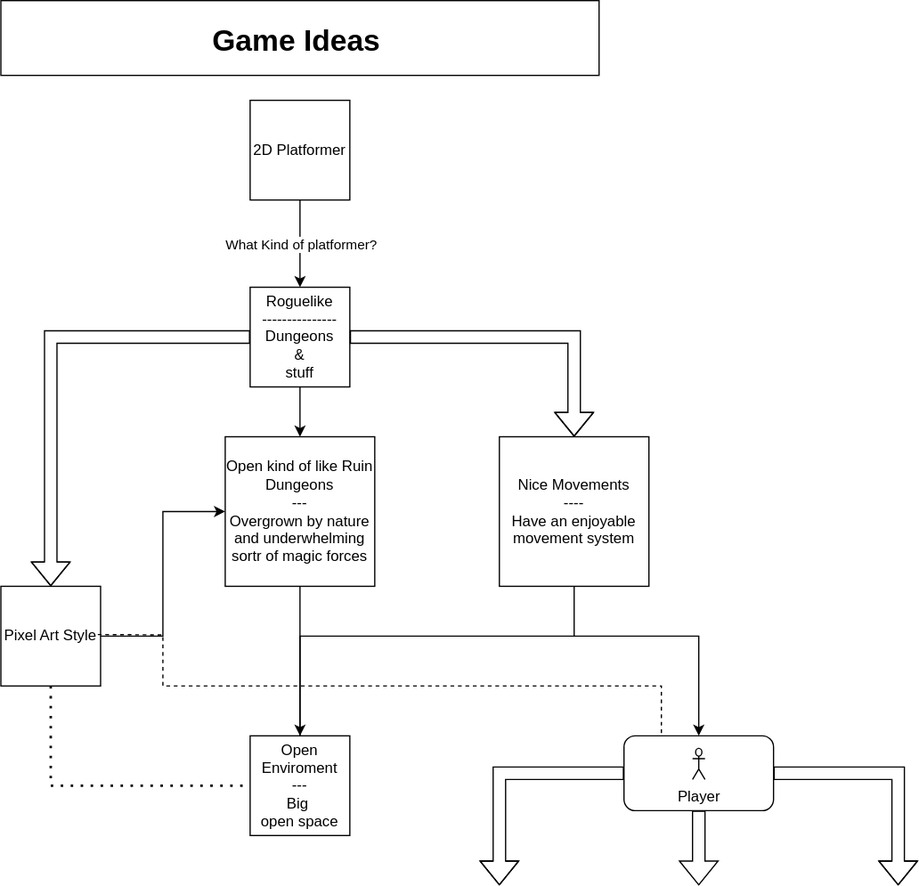
Before: Plans/2DGamePlanning.drawio.svg, a diagram exported from draw.io (UnknownRedFoxDev/2D-Game). Source tidied: cells renumbered, new cells last; positions are measured from the earlier drawing's top-left corner, leaving out a move shared by most shapes. Its diagram source:
```xml
<mxGraphModel>
  <root>
    <mxCell id="0" />
    <mxCell id="1" parent="0" />
    <mxCell id="2" value="2D Platformer" style="whiteSpace=wrap;html=1;" parent="1" vertex="1">
      <mxGeometry x="200" y="80" width="80" height="80" as="geometry" />
    </mxCell>
    <mxCell id="3" style="group;" parent="1" vertex="1">
      <mxGeometry width="480" height="60" as="geometry" />
    </mxCell>
    <mxCell id="4" style="rounded=0;whiteSpace=wrap;html=1;" parent="3" vertex="1">
      <mxGeometry width="480" height="60" as="geometry" />
    </mxCell>
    <mxCell id="5" value="&lt;h1&gt;Game Ideas&lt;/h1&gt;" style="text;html=1;strokeColor=none;fillColor=none;spacing=5;spacingTop=-20;whiteSpace=wrap;overflow=hidden;rounded=0;" parent="3" vertex="1">
      <mxGeometry x="165" y="12.5" width="150" height="35" as="geometry" />
    </mxCell>
    <mxCell id="6" value="Roguelike &lt;br&gt;---------------&lt;br&gt;Dungeons&lt;br&gt;&amp;amp;&lt;br&gt;stuff" style="whiteSpace=wrap;html=1;" parent="1" vertex="1">
      <mxGeometry x="200" y="230" width="80" height="80" as="geometry" />
    </mxCell>
    <mxCell id="7" style="shape=flexArrow;endArrow=classic;html=1;rounded=0;exitX=1;exitY=0.5;exitDx=0;exitDy=0;" parent="1" edge="1" source="6" target="9">
      <mxGeometry relative="1" as="geometry">
        <Array as="points">
          <mxPoint x="460" y="270" />
          <mxPoint x="460" y="300" />
        </Array>
      </mxGeometry>
    </mxCell>
    <mxCell id="8" style="edgeStyle=orthogonalEdgeStyle;rounded=0;jettySize=auto;html=1;" parent="1" edge="1" source="9" target="13">
      <mxGeometry relative="1" as="geometry">
        <Array as="points">
          <mxPoint x="460" y="510" />
          <mxPoint x="240" y="510" />
        </Array>
      </mxGeometry>
    </mxCell>
    <mxCell id="9" value="Nice Movements&lt;br&gt;----&lt;br&gt;Have an enjoyable movement system" style="whiteSpace=wrap;html=1;" parent="1" vertex="1">
      <mxGeometry x="400" y="350" width="120" height="120" as="geometry" />
    </mxCell>
    <mxCell id="10" style="shape=flexArrow;endArrow=classic;html=1;rounded=0;exitX=0;exitY=0.5;exitDx=0;exitDy=0;" parent="1" edge="1" source="6" target="12">
      <mxGeometry relative="1" as="geometry">
        <Array as="points">
          <mxPoint x="40" y="270" />
        </Array>
      </mxGeometry>
    </mxCell>
    <mxCell id="11" style="edgeStyle=orthogonalEdgeStyle;rounded=0;jettySize=auto;html=1;" parent="1" edge="1" source="12" target="14">
      <mxGeometry relative="1" as="geometry" />
    </mxCell>
    <mxCell id="12" value="Pixel Art Style" style="whiteSpace=wrap;html=1;" parent="1" vertex="1">
      <mxGeometry y="470" width="80" height="80" as="geometry" />
    </mxCell>
    <mxCell id="13" value="Open Enviroment&lt;br&gt;---&lt;br&gt;Big&amp;nbsp;&lt;br&gt;open space" style="whiteSpace=wrap;html=1;" parent="1" vertex="1">
      <mxGeometry x="200" y="590" width="80" height="80" as="geometry" />
    </mxCell>
    <mxCell id="14" value="Open kind of like Ruin Dungeons&lt;br&gt;---&lt;br&gt;Overgrown by nature and underwhelming sortr of magic forces" style="rounded=0;whiteSpace=wrap;html=1;" parent="1" vertex="1">
      <mxGeometry x="180" y="350" width="120" height="120" as="geometry" />
    </mxCell>
    <mxCell id="15" style="endArrow=none;html=1;rounded=0;exitX=0.5;exitY=1;exitDx=0;exitDy=0;exitPerimeter=0;" parent="1" edge="1" source="14" target="13">
      <mxGeometry relative="1" as="geometry" />
    </mxCell>
    <mxCell id="16" style="endArrow=classic;html=1;rounded=0;exitX=0.5;exitY=1;exitDx=0;exitDy=0;entryX=0.5;entryY=0;entryDx=0;entryDy=0;" parent="1" edge="1" source="6" target="14">
      <mxGeometry relative="1" as="geometry" />
    </mxCell>
    <mxCell id="17" style="endArrow=none;dashed=1;html=1;dashPattern=1 3;strokeWidth=2;rounded=0;entryX=0;entryY=0.5;entryDx=0;entryDy=0;exitX=0.5;exitY=1;exitDx=0;exitDy=0;" parent="1" edge="1" source="12" target="13">
      <mxGeometry relative="1" as="geometry">
        <Array as="points">
          <mxPoint x="40" y="630" />
        </Array>
      </mxGeometry>
    </mxCell>
    <mxCell id="18" style="endArrow=classic;html=1;rounded=0;" parent="1" edge="1" target="26">
      <mxGeometry relative="1" as="geometry">
        <mxPoint x="460" y="510" as="sourcePoint" />
        <Array as="points">
          <mxPoint x="560" y="510" />
        </Array>
      </mxGeometry>
    </mxCell>
    <mxCell id="19" style="shape=flexArrow;endArrow=classic;html=1;rounded=0;exitX=0;exitY=0.5;exitDx=0;exitDy=0;" parent="1" edge="1" source="26">
      <mxGeometry relative="1" as="geometry">
        <mxPoint x="400" y="710" as="targetPoint" />
        <Array as="points">
          <mxPoint x="400" y="620" />
        </Array>
      </mxGeometry>
    </mxCell>
    <mxCell id="20" style="shape=flexArrow;endArrow=classic;html=1;rounded=0;exitX=0.5;exitY=1;exitDx=0;exitDy=0;" parent="1" edge="1" source="26">
      <mxGeometry relative="1" as="geometry">
        <mxPoint x="560" y="710" as="targetPoint" />
      </mxGeometry>
    </mxCell>
    <mxCell id="21" style="shape=flexArrow;endArrow=classic;html=1;rounded=0;exitX=1;exitY=0.5;exitDx=0;exitDy=0;exitPerimeter=0;" parent="1" edge="1" source="26">
      <mxGeometry relative="1" as="geometry">
        <mxPoint x="720" y="710" as="targetPoint" />
        <Array as="points">
          <mxPoint x="720" y="620" />
        </Array>
      </mxGeometry>
    </mxCell>
    <mxCell id="22" style="endArrow=none;dashed=1;html=1;rounded=0;entryX=0.25;entryY=0;entryDx=0;entryDy=0;exitX=0.972;exitY=0.484;exitDx=0;exitDy=0;exitPerimeter=0;" parent="1" edge="1" source="12" target="26">
      <mxGeometry relative="1" as="geometry">
        <Array as="points">
          <mxPoint x="130" y="509" />
          <mxPoint x="130" y="550" />
          <mxPoint x="360" y="550" />
          <mxPoint x="530" y="550" />
        </Array>
      </mxGeometry>
    </mxCell>
    <mxCell id="23" style="endArrow=classic;html=1;rounded=0;exitX=0.5;exitY=1;exitDx=0;exitDy=0;entryX=0.5;entryY=0;entryDx=0;entryDy=0;" parent="1" edge="1" source="2" target="6">
      <mxGeometry relative="1" as="geometry" />
    </mxCell>
    <mxCell id="24" value="What Kind of platformer?" style="edgeLabel;html=1;align=center;verticalAlign=middle;" parent="23" vertex="1">
      <mxGeometry relative="1" as="geometry" />
    </mxCell>
    <mxCell id="25" style="group;" parent="1" vertex="1">
      <mxGeometry x="500" y="590" width="120" height="60" as="geometry" />
    </mxCell>
    <mxCell id="26" style="rounded=1;whiteSpace=wrap;html=1;" parent="25" vertex="1">
      <mxGeometry width="120" height="60" as="geometry" />
    </mxCell>
    <mxCell id="27" value="Player" style="shape=umlActor;verticalLabelPosition=bottom;verticalAlign=top;html=1;" parent="25" vertex="1">
      <mxGeometry x="55" y="10" width="10" height="25" as="geometry" />
    </mxCell>
  </root>
</mxGraphModel>
```
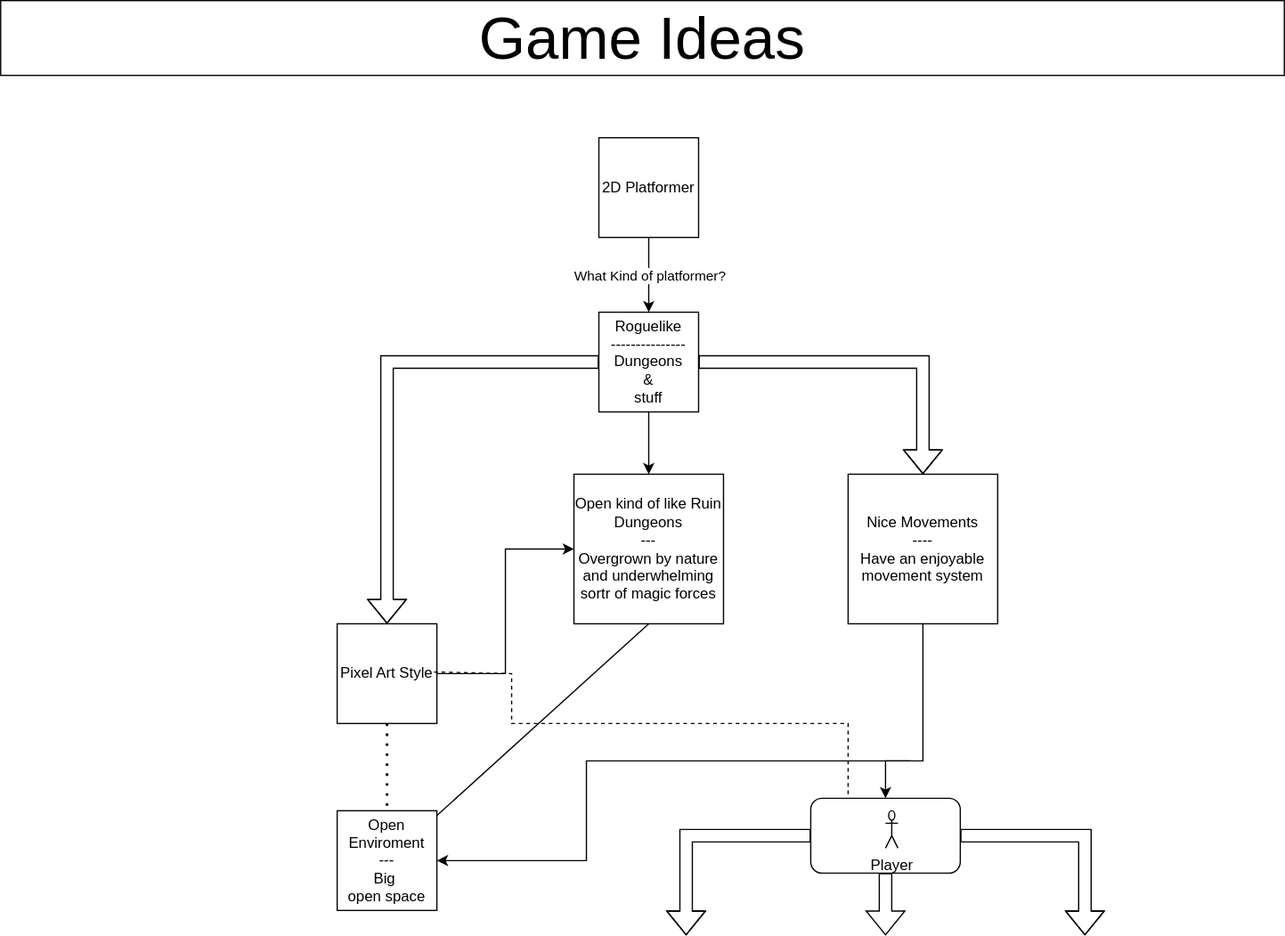
After the change.

Diff of the diagram source:
```diff
@@ -3,43 +3,47 @@
     <mxCell id="0" />
     <mxCell id="1" parent="0" />
     <mxCell id="2" value="2D Platformer" style="whiteSpace=wrap;html=1;" parent="1" vertex="1">
-      <mxGeometry x="200" y="80" width="80" height="80" as="geometry" />
+      <mxGeometry x="320" y="60" width="80" height="80" as="geometry" />
     </mxCell>
     <mxCell id="3" style="group;" parent="1" vertex="1">
-      <mxGeometry width="480" height="60" as="geometry" />
+      <mxGeometry x="-160" y="-50" width="1030" height="60" as="geometry" />
     </mxCell>
+    <mxCell id="5" value="&lt;h1&gt;Game Ideas&lt;/h1&gt;" style="text;html=1;strokeColor=none;fillColor=none;spacing=5;spacingTop=-20;whiteSpace=wrap;overflow=hidden;rounded=0;" parent="3" vertex="1">
+      <mxGeometry x="354.1" y="12.5" width="321.9" height="35" as="geometry" />
+    </mxCell>
+    <mxCell id="28" style="group;" parent="3" vertex="1">
+      <mxGeometry width="1030" height="60" as="geometry" />
+    </mxCell>
-    <mxCell id="4" style="rounded=0;whiteSpace=wrap;html=1;" parent="3" vertex="1">
-      <mxGeometry width="480" height="60" as="geometry" />
+    <mxCell id="4" value="&lt;font style=&quot;font-size: 48px;&quot;&gt;Game Ideas&lt;/font&gt;" style="rounded=0;whiteSpace=wrap;html=1;" parent="28" vertex="1">
+      <mxGeometry width="1030" height="60" as="geometry" />
     </mxCell>
-    <mxCell id="5" value="&lt;h1&gt;Game Ideas&lt;/h1&gt;" style="text;html=1;strokeColor=none;fillColor=none;spacing=5;spacingTop=-20;whiteSpace=wrap;overflow=hidden;rounded=0;" parent="3" vertex="1">
-      <mxGeometry x="165" y="12.5" width="150" height="35" as="geometry" />
-    </mxCell>
     <mxCell id="6" value="Roguelike &lt;br&gt;---------------&lt;br&gt;Dungeons&lt;br&gt;&amp;amp;&lt;br&gt;stuff" style="whiteSpace=wrap;html=1;" parent="1" vertex="1">
-      <mxGeometry x="200" y="230" width="80" height="80" as="geometry" />
+      <mxGeometry x="320" y="200" width="80" height="80" as="geometry" />
     </mxCell>
     <mxCell id="7" style="shape=flexArrow;endArrow=classic;html=1;rounded=0;exitX=1;exitY=0.5;exitDx=0;exitDy=0;" parent="1" edge="1" source="6" target="9">
       <mxGeometry relative="1" as="geometry">
         <Array as="points">
-          <mxPoint x="460" y="270" />
-          <mxPoint x="460" y="300" />
+          <mxPoint x="580" y="240" />
+          <mxPoint x="580" y="280" />
         </Array>
       </mxGeometry>
     </mxCell>
     <mxCell id="8" style="edgeStyle=orthogonalEdgeStyle;rounded=0;jettySize=auto;html=1;" parent="1" edge="1" source="9" target="13">
       <mxGeometry relative="1" as="geometry">
         <Array as="points">
-          <mxPoint x="460" y="510" />
-          <mxPoint x="240" y="510" />
+          <mxPoint x="580" y="560" />
+          <mxPoint x="310" y="560" />
+          <mxPoint x="310" y="640" />
         </Array>
       </mxGeometry>
     </mxCell>
     <mxCell id="9" value="Nice Movements&lt;br&gt;----&lt;br&gt;Have an enjoyable movement system" style="whiteSpace=wrap;html=1;" parent="1" vertex="1">
-      <mxGeometry x="400" y="350" width="120" height="120" as="geometry" />
+      <mxGeometry x="520" y="330" width="120" height="120" as="geometry" />
     </mxCell>
     <mxCell id="10" style="shape=flexArrow;endArrow=classic;html=1;rounded=0;exitX=0;exitY=0.5;exitDx=0;exitDy=0;" parent="1" edge="1" source="6" target="12">
       <mxGeometry relative="1" as="geometry">
         <Array as="points">
-          <mxPoint x="40" y="270" />
+          <mxPoint x="150" y="240" />
         </Array>
       </mxGeometry>
     </mxCell>
@@ -47,13 +51,13 @@
       <mxGeometry relative="1" as="geometry" />
     </mxCell>
     <mxCell id="12" value="Pixel Art Style" style="whiteSpace=wrap;html=1;" parent="1" vertex="1">
-      <mxGeometry y="470" width="80" height="80" as="geometry" />
+      <mxGeometry x="110" y="450" width="80" height="80" as="geometry" />
     </mxCell>
     <mxCell id="13" value="Open Enviroment&lt;br&gt;---&lt;br&gt;Big&amp;nbsp;&lt;br&gt;open space" style="whiteSpace=wrap;html=1;" parent="1" vertex="1">
-      <mxGeometry x="200" y="590" width="80" height="80" as="geometry" />
+      <mxGeometry x="110" y="600" width="80" height="80" as="geometry" />
     </mxCell>
     <mxCell id="14" value="Open kind of like Ruin Dungeons&lt;br&gt;---&lt;br&gt;Overgrown by nature and underwhelming sortr of magic forces" style="rounded=0;whiteSpace=wrap;html=1;" parent="1" vertex="1">
-      <mxGeometry x="180" y="350" width="120" height="120" as="geometry" />
+      <mxGeometry x="300" y="330" width="120" height="120" as="geometry" />
     </mxCell>
     <mxCell id="15" style="endArrow=none;html=1;rounded=0;exitX=0.5;exitY=1;exitDx=0;exitDy=0;exitPerimeter=0;" parent="1" edge="1" source="14" target="13">
       <mxGeometry relative="1" as="geometry" />
@@ -61,49 +65,45 @@
     <mxCell id="16" style="endArrow=classic;html=1;rounded=0;exitX=0.5;exitY=1;exitDx=0;exitDy=0;entryX=0.5;entryY=0;entryDx=0;entryDy=0;" parent="1" edge="1" source="6" target="14">
       <mxGeometry relative="1" as="geometry" />
     </mxCell>
-    <mxCell id="17" style="endArrow=none;dashed=1;html=1;dashPattern=1 3;strokeWidth=2;rounded=0;entryX=0;entryY=0.5;entryDx=0;entryDy=0;exitX=0.5;exitY=1;exitDx=0;exitDy=0;" parent="1" edge="1" source="12" target="13">
-      <mxGeometry relative="1" as="geometry">
-        <Array as="points">
-          <mxPoint x="40" y="630" />
-        </Array>
-      </mxGeometry>
+    <mxCell id="17" style="endArrow=none;dashed=1;html=1;dashPattern=1 3;strokeWidth=2;rounded=0;entryX=0.5;entryY=0;entryDx=0;entryDy=0;exitX=0.5;exitY=1;exitDx=0;exitDy=0;" parent="1" edge="1" source="12" target="13">
+      <mxGeometry relative="1" as="geometry" />
     </mxCell>
     <mxCell id="18" style="endArrow=classic;html=1;rounded=0;" parent="1" edge="1" target="26">
       <mxGeometry relative="1" as="geometry">
-        <mxPoint x="460" y="510" as="sourcePoint" />
+        <mxPoint x="570" y="560" as="sourcePoint" />
         <Array as="points">
-          <mxPoint x="560" y="510" />
+          <mxPoint x="550" y="560" />
         </Array>
       </mxGeometry>
     </mxCell>
     <mxCell id="19" style="shape=flexArrow;endArrow=classic;html=1;rounded=0;exitX=0;exitY=0.5;exitDx=0;exitDy=0;" parent="1" edge="1" source="26">
       <mxGeometry relative="1" as="geometry">
-        <mxPoint x="400" y="710" as="targetPoint" />
+        <mxPoint x="390" y="700" as="targetPoint" />
         <Array as="points">
-          <mxPoint x="400" y="620" />
+          <mxPoint x="390" y="620" />
         </Array>
       </mxGeometry>
     </mxCell>
     <mxCell id="20" style="shape=flexArrow;endArrow=classic;html=1;rounded=0;exitX=0.5;exitY=1;exitDx=0;exitDy=0;" parent="1" edge="1" source="26">
       <mxGeometry relative="1" as="geometry">
-        <mxPoint x="560" y="710" as="targetPoint" />
+        <mxPoint x="550" y="700" as="targetPoint" />
       </mxGeometry>
     </mxCell>
     <mxCell id="21" style="shape=flexArrow;endArrow=classic;html=1;rounded=0;exitX=1;exitY=0.5;exitDx=0;exitDy=0;exitPerimeter=0;" parent="1" edge="1" source="26">
       <mxGeometry relative="1" as="geometry">
-        <mxPoint x="720" y="710" as="targetPoint" />
+        <mxPoint x="710" y="700" as="targetPoint" />
         <Array as="points">
-          <mxPoint x="720" y="620" />
+          <mxPoint x="710" y="620" />
         </Array>
       </mxGeometry>
     </mxCell>
     <mxCell id="22" style="endArrow=none;dashed=1;html=1;rounded=0;entryX=0.25;entryY=0;entryDx=0;entryDy=0;exitX=0.972;exitY=0.484;exitDx=0;exitDy=0;exitPerimeter=0;" parent="1" edge="1" source="12" target="26">
       <mxGeometry relative="1" as="geometry">
         <Array as="points">
-          <mxPoint x="130" y="509" />
-          <mxPoint x="130" y="550" />
-          <mxPoint x="360" y="550" />
-          <mxPoint x="530" y="550" />
+          <mxPoint x="250" y="490" />
+          <mxPoint x="250" y="530" />
+          <mxPoint x="480" y="530" />
+          <mxPoint x="520" y="530" />
         </Array>
       </mxGeometry>
     </mxCell>
@@ -114,13 +114,13 @@
       <mxGeometry relative="1" as="geometry" />
     </mxCell>
     <mxCell id="25" style="group;" parent="1" vertex="1">
-      <mxGeometry x="500" y="590" width="120" height="60" as="geometry" />
+      <mxGeometry x="490" y="590" width="120" height="60" as="geometry" />
     </mxCell>
     <mxCell id="26" style="rounded=1;whiteSpace=wrap;html=1;" parent="25" vertex="1">
       <mxGeometry width="120" height="60" as="geometry" />
     </mxCell>
     <mxCell id="27" value="Player" style="shape=umlActor;verticalLabelPosition=bottom;verticalAlign=top;html=1;" parent="25" vertex="1">
-      <mxGeometry x="55" y="10" width="10" height="25" as="geometry" />
+      <mxGeometry x="60" y="10" width="10" height="30" as="geometry" />
     </mxCell>
   </root>
 </mxGraphModel>
```
